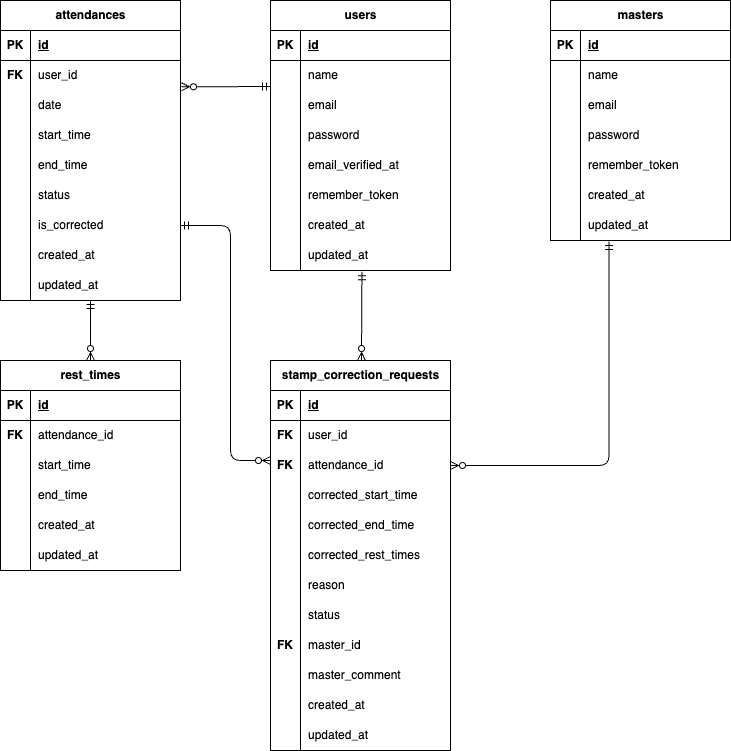
S185900/coachtech-attendance keeps this draw.io diagram as er.drawio.png. Above is the earlier version. Source tidied: cells renumbered, new cells last; positions are measured from the earlier drawing's top-left corner, leaving out a move shared by most shapes.
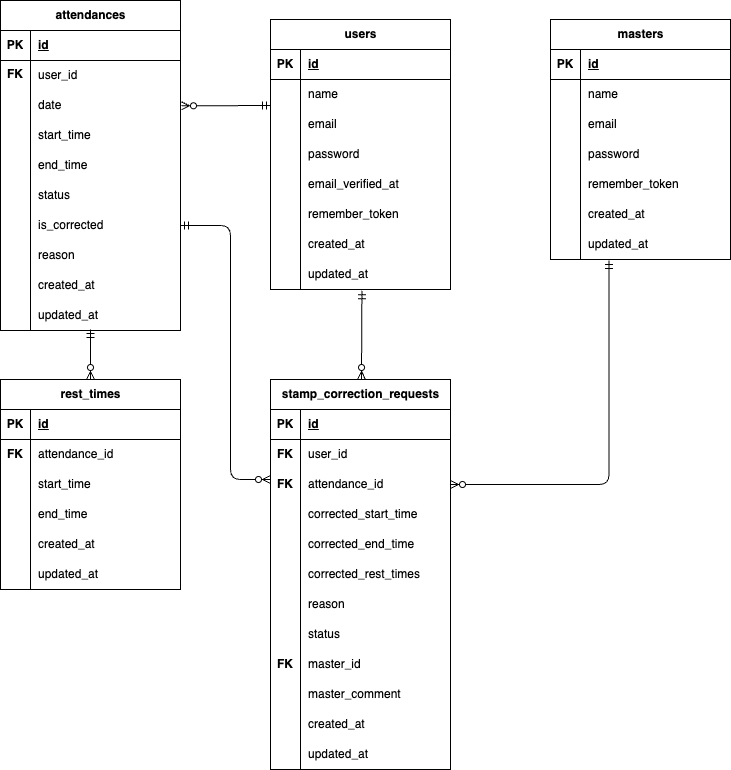
After the change.

Diff of the diagram source:
```diff
@@ -144,7 +144,7 @@
       <mxGeometry x="30" width="150" height="30" as="geometry" />
     </mxCell>
     <mxCell id="49" value="attendances" style="shape=table;startSize=30;rowLines=0;fontStyle=1;align=center;html=1;" parent="1" vertex="1">
-      <mxGeometry width="180" height="300" as="geometry" />
+      <mxGeometry y="-19" width="180" height="330" as="geometry" />
     </mxCell>
     <mxCell id="50" style="shape=tableRow;horizontal=0;startSize=0;swimlaneHead=0;swimlaneBody=0;fillColor=none;top=0;left=0;right=0;bottom=1;" parent="49" vertex="1">
       <mxGeometry y="30" width="180" height="30" as="geometry" />
@@ -215,7 +215,7 @@
     <mxCell id="72" style="shape=partialRectangle;fillColor=none;top=0;left=0;bottom=0;right=0;overflow=hidden;whiteSpace=wrap;html=1;" parent="71" vertex="1">
       <mxGeometry width="30" height="30" as="geometry" />
     </mxCell>
-    <mxCell id="73" value="&lt;span style=&quot;color: rgb(0, 0, 0);&quot;&gt;created_at&lt;/span&gt;" style="shape=partialRectangle;fillColor=none;top=0;left=0;bottom=0;right=0;align=left;spacingLeft=6;overflow=hidden;whiteSpace=wrap;html=1;" parent="71" vertex="1">
+    <mxCell id="73" value="&lt;span style=&quot;color: rgb(0, 0, 0);&quot;&gt;reason&lt;/span&gt;" style="shape=partialRectangle;fillColor=none;top=0;left=0;bottom=0;right=0;align=left;spacingLeft=6;overflow=hidden;whiteSpace=wrap;html=1;" parent="71" vertex="1">
       <mxGeometry x="30" width="150" height="30" as="geometry" />
     </mxCell>
     <mxCell id="74" style="shape=tableRow;horizontal=0;startSize=0;swimlaneHead=0;swimlaneBody=0;fillColor=none;top=0;left=0;right=0;bottom=0;" parent="49" vertex="1">
@@ -224,11 +224,20 @@
     <mxCell id="75" style="shape=partialRectangle;fillColor=none;top=0;left=0;bottom=0;right=0;overflow=hidden;whiteSpace=wrap;html=1;" parent="74" vertex="1">
       <mxGeometry width="30" height="30" as="geometry" />
     </mxCell>
-    <mxCell id="76" value="updated_at" style="shape=partialRectangle;fillColor=none;top=0;left=0;bottom=0;right=0;align=left;spacingLeft=6;overflow=hidden;whiteSpace=wrap;html=1;" parent="74" vertex="1">
+    <mxCell id="76" value="&lt;span style=&quot;color: rgb(0, 0, 0);&quot;&gt;created_at&lt;/span&gt;" style="shape=partialRectangle;fillColor=none;top=0;left=0;bottom=0;right=0;align=left;spacingLeft=6;overflow=hidden;whiteSpace=wrap;html=1;" parent="74" vertex="1">
       <mxGeometry x="30" width="150" height="30" as="geometry" />
     </mxCell>
+    <mxCell id="143" style="shape=tableRow;horizontal=0;startSize=0;swimlaneHead=0;swimlaneBody=0;fillColor=none;top=0;left=0;right=0;bottom=0;" parent="49" vertex="1">
+      <mxGeometry y="300" width="180" height="30" as="geometry" />
+    </mxCell>
+    <mxCell id="144" style="shape=partialRectangle;fillColor=none;top=0;left=0;bottom=0;right=0;overflow=hidden;whiteSpace=wrap;html=1;" parent="143" vertex="1">
+      <mxGeometry width="30" height="30" as="geometry" />
+    </mxCell>
+    <mxCell id="145" value="updated_at" style="shape=partialRectangle;fillColor=none;top=0;left=0;bottom=0;right=0;align=left;spacingLeft=6;overflow=hidden;whiteSpace=wrap;html=1;" parent="143" vertex="1">
+      <mxGeometry x="30" width="150" height="30" as="geometry" />
+    </mxCell>
     <mxCell id="77" value="FK" style="shape=partialRectangle;fillColor=none;top=0;left=0;bottom=0;right=0;fontStyle=1;overflow=hidden;whiteSpace=wrap;html=1;" parent="1" vertex="1">
-      <mxGeometry y="60" width="30" height="30" as="geometry" />
+      <mxGeometry y="40" width="30" height="30" as="geometry" />
     </mxCell>
     <mxCell id="78" value="rest_times" style="shape=table;startSize=30;rowLines=0;fontStyle=1;align=center;html=1;" parent="1" vertex="1">
       <mxGeometry y="360" width="180" height="210" as="geometry" />
@@ -428,14 +437,14 @@
     </mxCell>
     <mxCell id="141" style="fontSize=12;html=1;endArrow=ERzeroToMany;startArrow=ERmandOne;entryX=0.5;entryY=0;entryDx=0;entryDy=0;" parent="1" edge="1" target="78">
       <mxGeometry relative="1" as="geometry">
-        <mxPoint x="90" y="300" as="sourcePoint" />
+        <mxPoint x="90" y="310" as="sourcePoint" />
       </mxGeometry>
     </mxCell>
     <mxCell id="142" style="edgeStyle=orthogonalEdgeStyle;fontSize=12;html=1;endArrow=ERzeroToMany;startArrow=ERmandOne;exitX=1;exitY=0.5;exitDx=0;exitDy=0;" parent="1" edge="1" source="68">
       <mxGeometry relative="1" as="geometry">
         <mxPoint x="270" y="460" as="targetPoint" />
         <Array as="points">
-          <mxPoint x="230" y="225" />
+          <mxPoint x="230" y="206" />
           <mxPoint x="230" y="460" />
         </Array>
       </mxGeometry>
```
